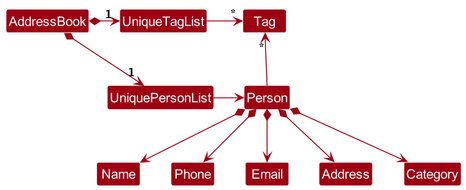
This is docs/images/BetterModelClassDiagram.png from nus-cs2103-AY2324S2/tp, a PlantUML export, as it was before one commit. The source it was exported from:
```plantuml
@startuml
!include style.puml
skinparam arrowThickness 1.1
skinparam arrowColor MODEL_COLOR
skinparam classBackgroundColor MODEL_COLOR

AddressBook *-right-> "1" UniquePersonList
AddressBook *-right-> "1" UniqueTagList
UniqueTagList -[hidden]down- UniquePersonList
UniqueTagList -[hidden]down- UniquePersonList

UniqueTagList -right-> "*" Tag
UniquePersonList -right-> Person

Person -up-> "*" Tag

Person *--> Name
Person *--> Phone
Person *--> Email
Person *--> Address
Person *--> Category
@enduml
```
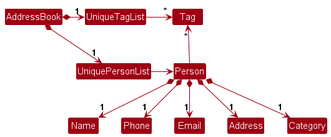
The same file after the commit.

The edit, as a diff of the source:
```diff
@@ -14,9 +14,9 @@
 
 Person -up-> "*" Tag
 
-Person *--> Name
-Person *--> Phone
-Person *--> Email
-Person *--> Address
-Person *--> Category
+Person *--> "1" Name
+Person *--> "1"Phone
+Person *--> "1"Email
+Person *--> "1"Address
+Person *--> "1" Category
 @enduml
```
